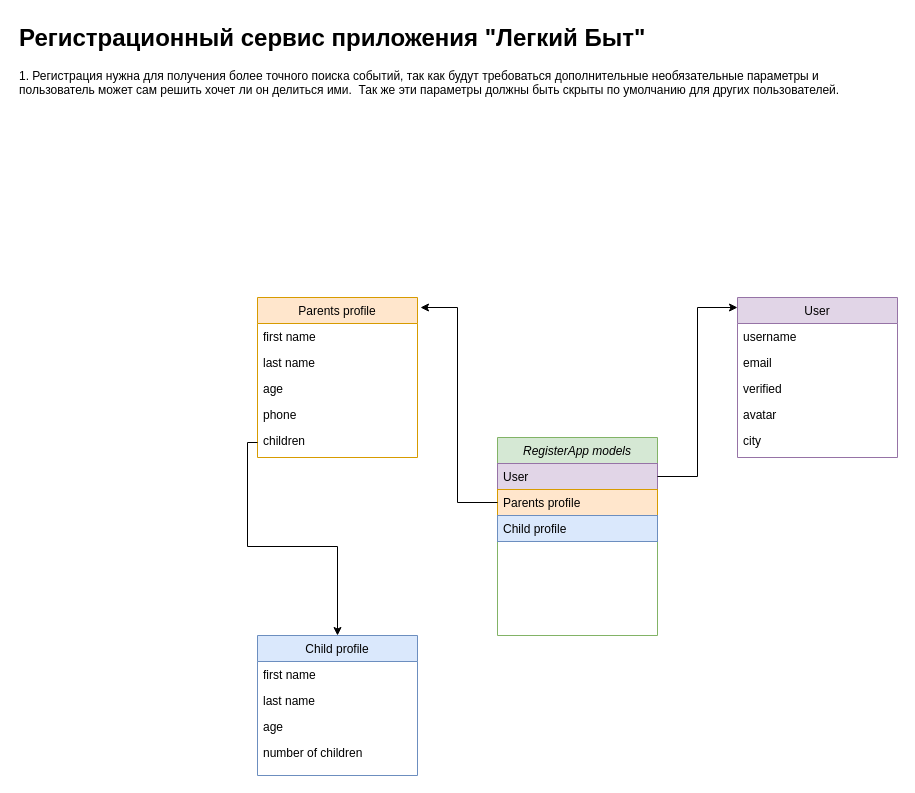
Earlier version of the draw.io diagram Unbenanntes Diagramm.drawio (BazhenMokhovtsov/TeamProject2). Source tidied: cells renumbered, new cells numbered last; positions are measured from the earlier drawing's top-left corner, leaving out a move shared by most shapes. Both pictures are drawn from the tidied source at 100%, with x=0, y=0 at pixel (17, 17).
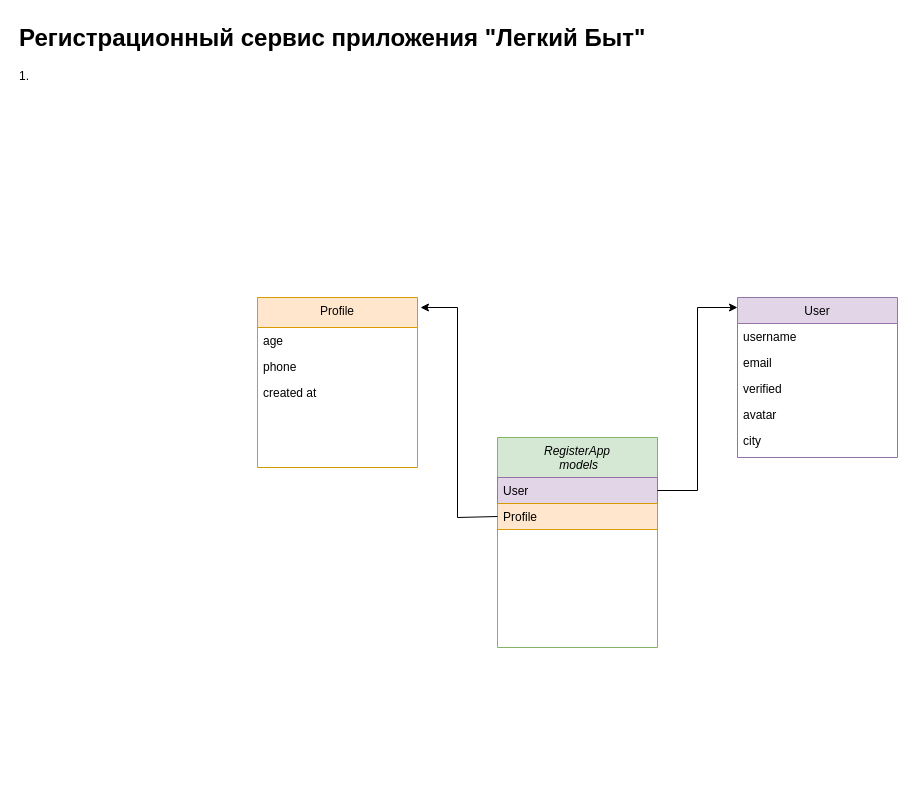
The same diagram, later.

What changed in the source:
```diff
@@
-    <mxCell id="2" value="RegisterApp models" style="swimlane;fontStyle=2;align=center;verticalAlign=top;horizontal=1;startSize=26;rounded=0;shadow=0;strokeWidth=1;fillColor=#d5e8d4;strokeColor=#82b366;" parent="1" vertex="1">
-      <mxGeometry x="480" y="420" width="160" height="198" as="geometry" />
+    <mxCell id="2" value="RegisterApp&#10; models" style="swimlane;fontStyle=2;align=center;verticalAlign=top;horizontal=1;startSize=40;rounded=0;shadow=0;strokeWidth=1;fillColor=#d5e8d4;strokeColor=#82b366;" parent="1" vertex="1">
+      <mxGeometry x="480" y="420" width="160" height="210" as="geometry" />
     </mxCell>
     <mxCell id="3" value="User" style="text;align=left;verticalAlign=top;spacingLeft=4;spacingRight=4;overflow=hidden;points=[[0,0.5],[1,0.5]];portConstraint=eastwest;fillColor=#e1d5e7;strokeColor=#9673a6;" parent="2" vertex="1">
-      <mxGeometry y="26" width="160" height="26" as="geometry" />
+      <mxGeometry y="40" width="160" height="26" as="geometry" />
     </mxCell>
-    <mxCell id="4" value="Parents profile" style="text;align=left;verticalAlign=top;spacingLeft=4;spacingRight=4;overflow=hidden;points=[[0,0.5],[1,0.5]];portConstraint=eastwest;fillColor=#ffe6cc;strokeColor=#d79b00;" parent="2" vertex="1">
-      <mxGeometry y="52" width="160" height="26" as="geometry" />
+    <mxCell id="4" value="Profile" style="text;align=left;verticalAlign=top;spacingLeft=4;spacingRight=4;overflow=hidden;points=[[0,0.5],[1,0.5]];portConstraint=eastwest;fillColor=#ffe6cc;strokeColor=#d79b00;" parent="2" vertex="1">
+      <mxGeometry y="66" width="160" height="26" as="geometry" />
     </mxCell>
-    <mxCell id="5" value="Сhild profile" style="text;align=left;verticalAlign=top;spacingLeft=4;spacingRight=4;overflow=hidden;fillColor=#dae8fc;strokeColor=#6c8ebf;" parent="2" vertex="1">
-      <mxGeometry y="78" width="160" height="26" as="geometry" />
-    </mxCell>
@@
     <mxCell id="12" style="endArrow=classic;html=1;rounded=0;exitX=1;exitY=0.5;exitDx=0;exitDy=0;" parent="1" edge="1" source="3">
       <mxGeometry relative="1" as="geometry">
         <mxPoint x="720" y="290" as="targetPoint" />
         <Array as="points">
-          <mxPoint x="680" y="459" />
+          <mxPoint x="680" y="473" />
           <mxPoint x="680" y="290" />
         </Array>
       </mxGeometry>
     </mxCell>
-    <mxCell id="13" value="Parents profile" style="swimlane;fontStyle=0;align=center;verticalAlign=top;horizontal=1;startSize=26;rounded=0;shadow=0;strokeWidth=1;fillColor=#ffe6cc;strokeColor=#d79b00;" parent="1" vertex="1">
-      <mxGeometry x="240" y="280" width="160" height="160" as="geometry" />
+    <mxCell id="13" value="Profile" style="swimlane;fontStyle=0;align=center;verticalAlign=top;horizontal=1;startSize=30;rounded=0;shadow=0;strokeWidth=1;fillColor=#ffe6cc;strokeColor=#d79b00;" parent="1" vertex="1">
+      <mxGeometry x="240" y="280" width="160" height="170" as="geometry" />
     </mxCell>
-    <mxCell id="14" value="first name   " style="text;align=left;verticalAlign=top;spacingLeft=4;spacingRight=4;overflow=hidden;" parent="13" vertex="1">
-      <mxGeometry y="26" width="160" height="26" as="geometry" />
-    </mxCell>
-    <mxCell id="15" value="last name" style="text;align=left;verticalAlign=top;spacingLeft=4;spacingRight=4;overflow=hidden;rounded=0;shadow=0;html=0;" parent="13" vertex="1">
-      <mxGeometry y="52" width="160" height="26" as="geometry" />
-    </mxCell>
     <mxCell id="16" value="age" style="text;align=left;verticalAlign=top;spacingLeft=4;spacingRight=4;overflow=hidden;rounded=0;shadow=0;html=0;" parent="13" vertex="1">
-      <mxGeometry y="78" width="160" height="26" as="geometry" />
+      <mxGeometry y="30" width="160" height="26" as="geometry" />
     </mxCell>
+    <mxCell id="27" value="phone" style="text;align=left;verticalAlign=top;spacingLeft=4;spacingRight=4;overflow=hidden;rounded=0;shadow=0;html=0;" parent="13" vertex="1">
+      <mxGeometry y="56" width="160" height="26" as="geometry" />
+    </mxCell>
-    <mxCell id="17" value="phone" style="text;align=left;verticalAlign=top;spacingLeft=4;spacingRight=4;overflow=hidden;rounded=0;shadow=0;html=0;" parent="13" vertex="1">
-      <mxGeometry y="104" width="160" height="26" as="geometry" />
+    <mxCell id="17" value="created at" style="text;align=left;verticalAlign=top;spacingLeft=4;spacingRight=4;overflow=hidden;rounded=0;shadow=0;html=0;" parent="13" vertex="1">
+      <mxGeometry y="82" width="160" height="26" as="geometry" />
     </mxCell>
-    <mxCell id="18" value="children" style="text;align=left;verticalAlign=top;spacingLeft=4;spacingRight=4;overflow=hidden;points=[[0,0.5],[1,0.5]];portConstraint=eastwest;rounded=0;shadow=0;html=0;" parent="13" vertex="1">
-      <mxGeometry y="130" width="160" height="30" as="geometry" />
-    </mxCell>
     <mxCell id="19" style="endArrow=classic;html=1;rounded=0;exitX=0;exitY=0.5;exitDx=0;exitDy=0;elbow=vertical;" parent="1" edge="1" source="4">
       <mxGeometry relative="1" as="geometry">
         <mxPoint x="403" y="290" as="targetPoint" />
         <Array as="points">
-          <mxPoint x="440" y="485" />
+          <mxPoint x="440" y="500" />
           <mxPoint x="440" y="290" />
         </Array>
       </mxGeometry>
     </mxCell>
-    <mxCell id="20" value="&lt;h1 style=&quot;margin-top: 0px;&quot;&gt;Регистрационный сервис приложения &quot;Легкий Быт&quot;&lt;/h1&gt;&lt;p&gt;1. Регистрация нужна для получения более точного поиска событий, так как будут требоваться дополнительные необязательные параметры и пользователь может сам решить хочет ли он делиться ими.&amp;nbsp; Так же эти параметры должны быть скрыты по умолчанию для других пользователей.&amp;nbsp;&lt;/p&gt;" style="text;html=1;whiteSpace=wrap;overflow=hidden;rounded=0;" parent="1" vertex="1">
+    <mxCell id="20" value="&lt;h1 style=&quot;margin-top: 0px;&quot;&gt;Регистрационный сервис приложения &quot;Легкий Быт&quot;&lt;/h1&gt;&lt;p&gt;1.&amp;nbsp;&lt;/p&gt;" style="text;html=1;whiteSpace=wrap;overflow=hidden;rounded=0;" parent="1" vertex="1">
       <mxGeometry width="880" height="120" as="geometry" />
     </mxCell>
-    <mxCell id="21" value="Сhild profile" style="swimlane;fontStyle=0;align=center;verticalAlign=top;horizontal=1;startSize=26;rounded=0;shadow=0;strokeWidth=1;fillColor=#dae8fc;strokeColor=#6c8ebf;" parent="1" vertex="1">
-      <mxGeometry x="240" y="618" width="160" height="140" as="geometry" />
-    </mxCell>
-    <mxCell id="22" value="first name   " style="text;align=left;verticalAlign=top;spacingLeft=4;spacingRight=4;overflow=hidden;" parent="21" vertex="1">
-      <mxGeometry y="26" width="160" height="26" as="geometry" />
-    </mxCell>
-    <mxCell id="23" value="last name" style="text;align=left;verticalAlign=top;spacingLeft=4;spacingRight=4;overflow=hidden;rounded=0;shadow=0;html=0;" parent="21" vertex="1">
-      <mxGeometry y="52" width="160" height="26" as="geometry" />
-    </mxCell>
-    <mxCell id="24" value="age" style="text;align=left;verticalAlign=top;spacingLeft=4;spacingRight=4;overflow=hidden;rounded=0;shadow=0;html=0;" parent="21" vertex="1">
-      <mxGeometry y="78" width="160" height="26" as="geometry" />
-    </mxCell>
-    <mxCell id="25" value="number of children" style="text;align=left;verticalAlign=top;spacingLeft=4;spacingRight=4;overflow=hidden;rounded=0;shadow=0;html=0;" parent="21" vertex="1">
-      <mxGeometry y="104" width="160" height="30" as="geometry" />
-    </mxCell>
-    <mxCell id="26" style="endArrow=classic;html=1;rounded=0;entryX=0.5;entryY=0;entryDx=0;entryDy=0;edgeStyle=orthogonalEdgeStyle;" parent="1" edge="1" source="18" target="21">
-      <mxGeometry relative="1" as="geometry" />
-    </mxCell>
```
